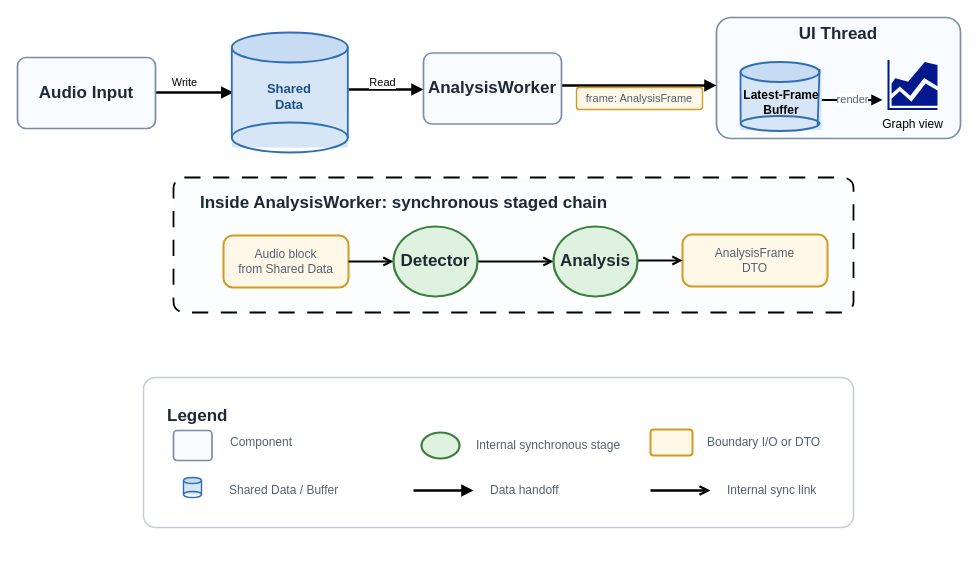
The draw.io diagram FinalDemo/assets/3. Pipe_And_Filter/3. Pipe_And_Filter.drawio in lgcmu2026-team5/TimeGrapher-Docs, before the edit. Source tidied: cells renumbered, new cells numbered last; positions are measured from the earlier drawing's top-left corner, leaving out a move shared by most shapes. Both pictures are drawn from the tidied source at 100%, with x=0, y=0 at pixel (17, 17).
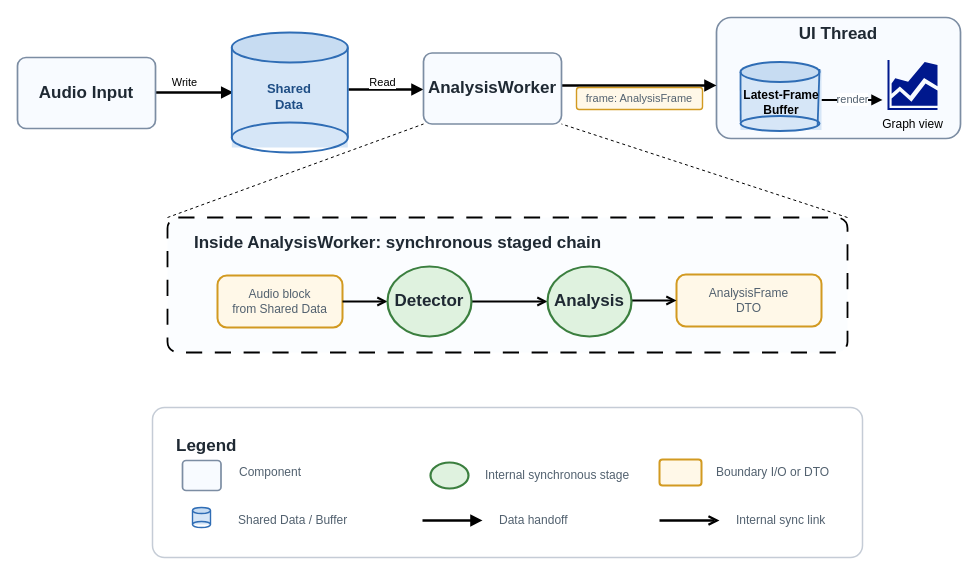
The same diagram, later.

Commit message (it also covers changes not shown here):
Update pipe-and-filter diagram assets

The change refers to these unchanged cells:
```xml
<mxCell id="47" value="&lt;b&gt;AnalysisWorker&lt;/b&gt;" style="rounded=1;whiteSpace=wrap;html=1;arcSize=12;fontFamily=Arial;fontSize=17;fontColor=#1f2933;strokeColor=#7c8da3;fillColor=#f8fbff;strokeWidth=1.7;align=center;verticalAlign=middle;" parent="1" vertex="1">
  <mxGeometry x="406" y="35.5" width="138" height="71" as="geometry" />
</mxCell>
```

Diff of the diagram source:
```diff
@@
     <mxCell id="3" style="rounded=1;whiteSpace=wrap;html=1;arcSize=8;strokeColor=#000000;fillColor=#fbfdff;strokeWidth=1.8;dashed=1;dashPattern=9 7;" parent="1" vertex="1">
-      <mxGeometry x="156" y="160" width="680" height="135" as="geometry" />
+      <mxGeometry x="150" y="200" width="680" height="135" as="geometry" />
     </mxCell>
     <mxCell id="4" value="&lt;b&gt;Inside AnalysisWorker: synchronous staged chain&lt;/b&gt;" style="text;html=1;strokeColor=none;fillColor=none;align=left;verticalAlign=middle;whiteSpace=wrap;rounded=0;fontFamily=Arial;fontSize=17;fontColor=#1f2933;" parent="1" vertex="1">
-      <mxGeometry x="181" y="175" width="420" height="22" as="geometry" />
+      <mxGeometry x="175" y="215" width="420" height="22" as="geometry" />
     </mxCell>
     <mxCell id="5" value="Audio block&lt;div&gt;from Shared Data&lt;/div&gt;" style="rounded=1;whiteSpace=wrap;html=1;arcSize=18;fontFamily=Arial;fontSize=12;fontColor=#52616f;strokeColor=#d29a21;fillColor=#fff8e8;strokeWidth=2;align=center;verticalAlign=middle;" parent="1" vertex="1">
-      <mxGeometry x="206" y="218" width="125" height="52" as="geometry" />
+      <mxGeometry x="200" y="258" width="125" height="52" as="geometry" />
     </mxCell>
     <mxCell id="6" value="AnalysisFrame&lt;div&gt;DTO&lt;/div&gt;" style="rounded=1;whiteSpace=wrap;html=1;arcSize=18;fontFamily=Arial;fontSize=12;fontColor=#52616f;strokeColor=#d29a21;fillColor=#fff8e8;strokeWidth=2;align=center;verticalAlign=middle;" parent="1" vertex="1">
-      <mxGeometry x="665" y="217" width="145" height="52" as="geometry" />
+      <mxGeometry x="659" y="257" width="145" height="52" as="geometry" />
     </mxCell>
     <mxCell id="7" value="&lt;b&gt;Legend&lt;/b&gt;" style="rounded=1;whiteSpace=wrap;html=1;arcSize=8;fontFamily=Arial;fontSize=17;fontColor=#1f2933;strokeColor=#c5ccd6;fillColor=#ffffff;strokeWidth=1.5;align=left;verticalAlign=top;spacing=24;" parent="1" vertex="1">
-      <mxGeometry x="126" y="360" width="710" height="150" as="geometry" />
+      <mxGeometry x="135" y="390" width="710" height="150" as="geometry" />
     </mxCell>
     <mxCell id="8" value="Component" style="text;html=1;strokeColor=none;fillColor=none;align=left;verticalAlign=middle;whiteSpace=wrap;rounded=0;fontFamily=Arial;fontSize=12;fontColor=#52616f;" parent="1" vertex="1">
-      <mxGeometry x="211" y="413" width="125" height="24" as="geometry" />
+      <mxGeometry x="220" y="443" width="125" height="24" as="geometry" />
     </mxCell>
     <mxCell id="9" value="Shared Data / Buffer" style="text;html=1;strokeColor=none;fillColor=none;align=left;verticalAlign=middle;whiteSpace=wrap;rounded=0;fontFamily=Arial;fontSize=12;fontColor=#52616f;" parent="1" vertex="1">
-      <mxGeometry x="210" y="461" width="260" height="24" as="geometry" />
+      <mxGeometry x="219" y="491" width="260" height="24" as="geometry" />
     </mxCell>
     <mxCell id="10" value="Internal synchronous stage" style="text;html=1;strokeColor=none;fillColor=none;align=left;verticalAlign=middle;whiteSpace=wrap;rounded=0;fontFamily=Arial;fontSize=12;fontColor=#52616f;" parent="1" vertex="1">
-      <mxGeometry x="457" y="416" width="190" height="24" as="geometry" />
+      <mxGeometry x="466" y="446" width="190" height="24" as="geometry" />
     </mxCell>
     <mxCell id="11" style="rounded=1;whiteSpace=wrap;html=1;arcSize=12;strokeColor=#d29a21;fillColor=#fff8e8;strokeWidth=2;" parent="1" vertex="1">
-      <mxGeometry x="633" y="412" width="42" height="26" as="geometry" />
+      <mxGeometry x="642" y="442" width="42" height="26" as="geometry" />
     </mxCell>
     <mxCell id="12" value="Boundary I/O or DTO" style="text;html=1;strokeColor=none;fillColor=none;align=left;verticalAlign=middle;whiteSpace=wrap;rounded=0;fontFamily=Arial;fontSize=12;fontColor=#52616f;" parent="1" vertex="1">
-      <mxGeometry x="688" y="413" width="130" height="24" as="geometry" />
+      <mxGeometry x="697" y="443" width="130" height="24" as="geometry" />
     </mxCell>
     <mxCell id="13" value="Data handoff" style="text;html=1;strokeColor=none;fillColor=none;align=left;verticalAlign=middle;whiteSpace=wrap;rounded=0;fontFamily=Arial;fontSize=12;fontColor=#52616f;" parent="1" vertex="1">
-      <mxGeometry x="471" y="461" width="120" height="24" as="geometry" />
+      <mxGeometry x="480" y="491" width="120" height="24" as="geometry" />
     </mxCell>
@@
     <mxCell id="21" style="endArrow=open;html=1;rounded=0;strokeColor=light-dark(#000000, #69788b);strokeWidth=2;endFill=0;" parent="1" edge="1">
       <mxGeometry relative="1" as="geometry">
-        <mxPoint x="331" y="244" as="sourcePoint" />
-        <mxPoint x="376" y="244" as="targetPoint" />
+        <mxPoint x="325" y="284" as="sourcePoint" />
+        <mxPoint x="370" y="284" as="targetPoint" />
       </mxGeometry>
     </mxCell>
@@
     <mxCell id="23" style="endArrow=open;html=1;rounded=0;strokeColor=light-dark(#000000, #69788b);strokeWidth=2;endFill=0;" parent="1" edge="1">
       <mxGeometry relative="1" as="geometry">
-        <mxPoint x="620" y="243" as="sourcePoint" />
-        <mxPoint x="665" y="243" as="targetPoint" />
+        <mxPoint x="614" y="283" as="sourcePoint" />
+        <mxPoint x="659" y="283" as="targetPoint" />
       </mxGeometry>
     </mxCell>
     <mxCell id="24" style="endArrow=block;html=1;rounded=0;strokeColor=light-dark(#000000, #8993a0);strokeWidth=2.4;" parent="1" edge="1">
       <mxGeometry relative="1" as="geometry">
-        <mxPoint x="396" y="473" as="sourcePoint" />
-        <mxPoint x="456" y="473" as="targetPoint" />
+        <mxPoint x="405" y="503" as="sourcePoint" />
+        <mxPoint x="465" y="503" as="targetPoint" />
       </mxGeometry>
     </mxCell>
     <mxCell id="25" value="Internal sync link" style="text;html=1;strokeColor=none;fillColor=none;align=left;verticalAlign=middle;whiteSpace=wrap;rounded=0;fontFamily=Arial;fontSize=12;fontColor=#52616f;" parent="1" vertex="1">
-      <mxGeometry x="708" y="461" width="120" height="24" as="geometry" />
+      <mxGeometry x="717" y="491" width="120" height="24" as="geometry" />
     </mxCell>
     <mxCell id="26" style="endArrow=open;html=1;rounded=0;strokeColor=light-dark(#000000, #8993a0);strokeWidth=2.4;endFill=0;" parent="1" edge="1">
       <mxGeometry relative="1" as="geometry">
-        <mxPoint x="633" y="473" as="sourcePoint" />
-        <mxPoint x="693" y="473" as="targetPoint" />
+        <mxPoint x="642" y="503" as="sourcePoint" />
+        <mxPoint x="702" y="503" as="targetPoint" />
       </mxGeometry>
     </mxCell>
@@
     <mxCell id="33" value="&lt;b&gt;Detector&lt;/b&gt;" style="ellipse;whiteSpace=wrap;html=1;fontFamily=Arial;fontSize=17;fontColor=#1f2933;strokeColor=#3b7f3f;fillColor=#dff2df;strokeWidth=2.2;align=center;verticalAlign=middle;" parent="1" vertex="1">
-      <mxGeometry x="376" y="209" width="84" height="70" as="geometry" />
+      <mxGeometry x="370" y="249" width="84" height="70" as="geometry" />
     </mxCell>
     <mxCell id="34" value="&lt;b&gt;Analysis&lt;/b&gt;" style="ellipse;whiteSpace=wrap;html=1;fontFamily=Arial;fontSize=17;fontColor=#1f2933;strokeColor=#3b7f3f;fillColor=#dff2df;strokeWidth=2.2;align=center;verticalAlign=middle;" parent="1" vertex="1">
-      <mxGeometry x="536" y="209" width="84" height="70" as="geometry" />
+      <mxGeometry x="530" y="249" width="84" height="70" as="geometry" />
     </mxCell>
@@
     <mxCell id="40" style="group;" parent="1" vertex="1">
-      <mxGeometry x="166" y="460" width="18" height="20" as="geometry" />
+      <mxGeometry x="175" y="490" width="18" height="20" as="geometry" />
     </mxCell>
@@
     <mxCell id="49" style="rounded=1;whiteSpace=wrap;html=1;arcSize=12;strokeColor=#7c8da3;fillColor=#f8fbff;strokeWidth=1.7;" parent="1" vertex="1">
-      <mxGeometry x="156" y="413" width="38.5" height="30" as="geometry" />
+      <mxGeometry x="165" y="443" width="38.5" height="30" as="geometry" />
     </mxCell>
     <mxCell id="50" style="ellipse;whiteSpace=wrap;html=1;strokeColor=#3b7f3f;fillColor=#dff2df;strokeWidth=2.2;" parent="1" vertex="1">
-      <mxGeometry x="404" y="415" width="38" height="26" as="geometry" />
+      <mxGeometry x="413" y="445" width="38" height="26" as="geometry" />
     </mxCell>
@@
+    <mxCell id="53" style="endArrow=none;dashed=1;html=1;rounded=0;entryX=0;entryY=1;entryDx=0;entryDy=0;exitX=0;exitY=0;exitDx=0;exitDy=0;" parent="1" edge="1" source="3" target="47">
+      <mxGeometry relative="1" as="geometry" />
+    </mxCell>
+    <mxCell id="54" style="endArrow=none;dashed=1;html=1;rounded=0;entryX=1;entryY=1;entryDx=0;entryDy=0;exitX=1;exitY=0;exitDx=0;exitDy=0;" parent="1" edge="1" source="3" target="47">
+      <mxGeometry relative="1" as="geometry" />
+    </mxCell>
```
